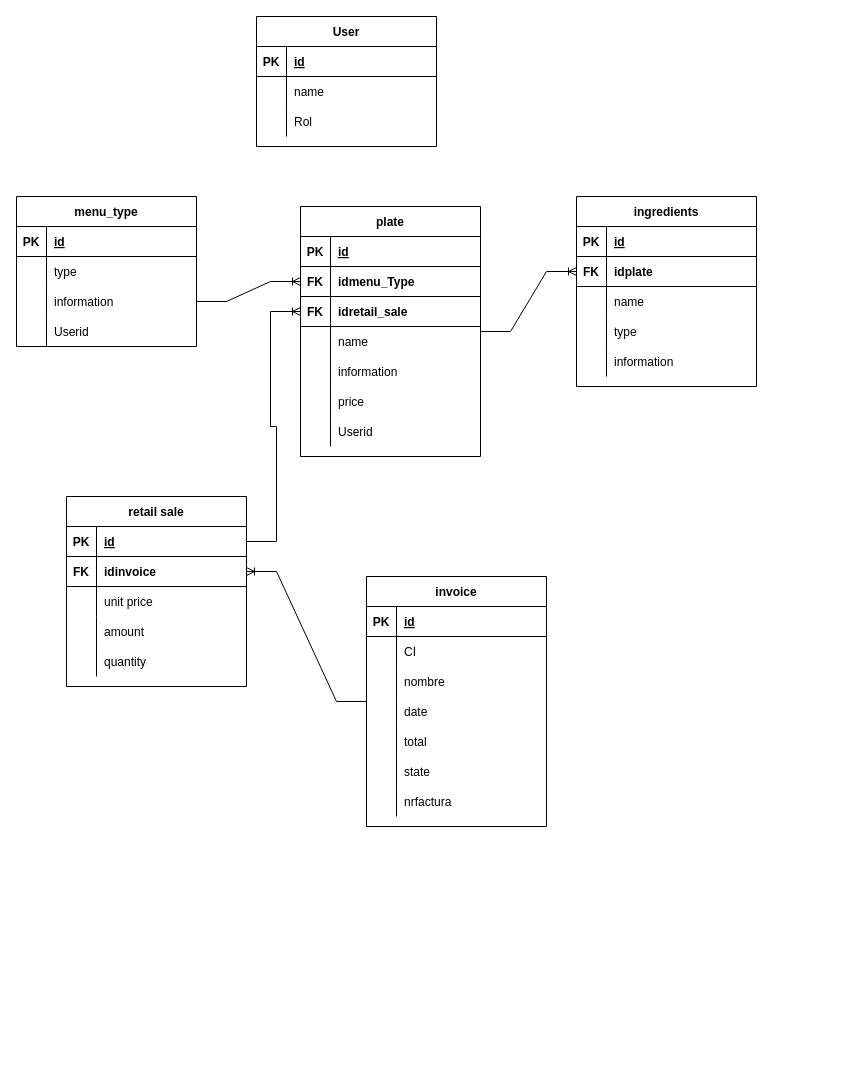
Before: diagrama/Untitled Diagram.drawio in poolextremo/programaci-n-3, a draw.io diagram. Source tidied: cells renumbered, new cells numbered last; positions are measured from the earlier drawing's top-left corner, leaving out a move shared by most shapes. Both pictures are drawn from the tidied source at 100%, with x=0, y=0 at pixel (16, 16).
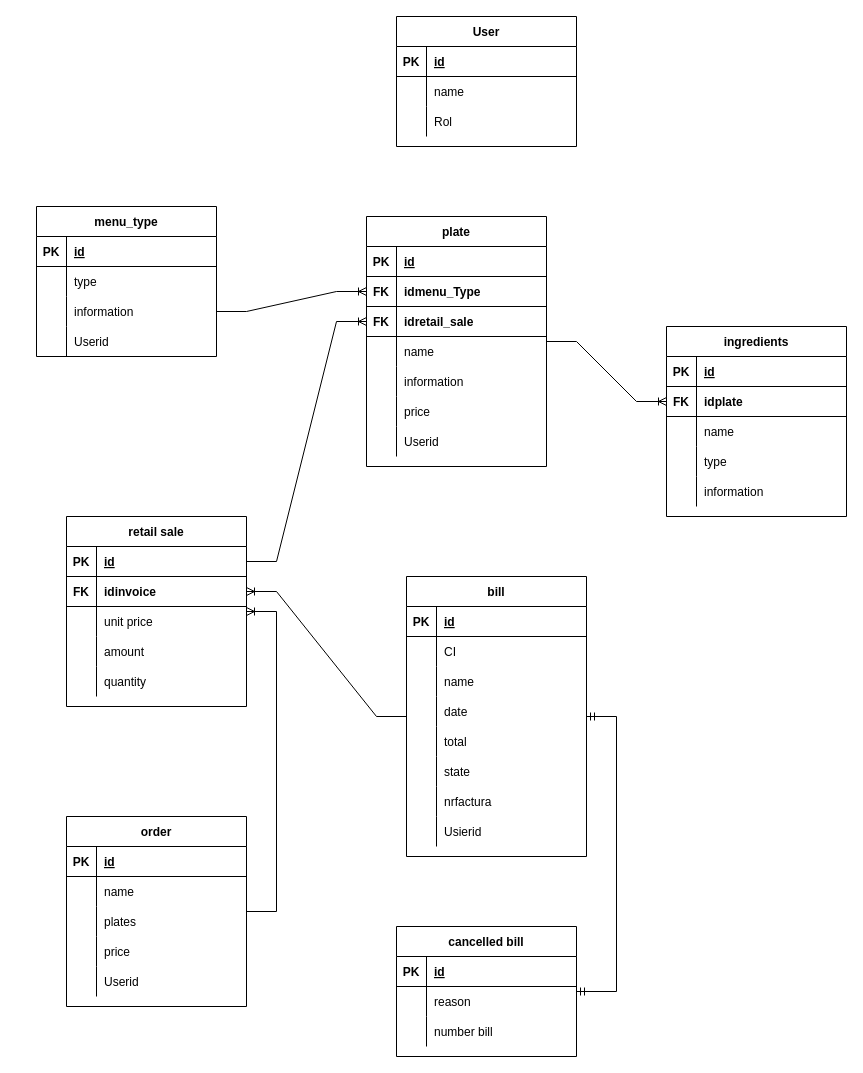
The same page after the edit.

Unchanged cells that the change refers to:
```xml
<mxCell id="89" style="shape=tableRow;horizontal=0;startSize=0;swimlaneHead=0;swimlaneBody=0;fillColor=none;top=0;left=0;right=0;bottom=0;" parent="82" vertex="1">
  <mxGeometry y="90" width="180" height="30" as="geometry" />
</mxCell>
```

Diff of the diagram source:
```diff
@@
     <mxCell id="2" value="User" style="shape=table;startSize=30;childLayout=tableLayout;rowLines=0;fontStyle=1;align=center;" parent="1" vertex="1">
-      <mxGeometry x="240" width="180" height="130" as="geometry" />
+      <mxGeometry x="380" width="180" height="130" as="geometry" />
     </mxCell>
@@
     <mxCell id="12" value="menu_type" style="shape=table;startSize=30;childLayout=tableLayout;rowLines=0;fontStyle=1;align=center;" parent="1" vertex="1">
-      <mxGeometry y="180" width="180" height="150" as="geometry" />
+      <mxGeometry x="20" y="190" width="180" height="150" as="geometry" />
     </mxCell>
@@
     <mxCell id="25" value="plate" style="shape=table;startSize=30;childLayout=tableLayout;rowLines=0;fontStyle=1;align=center;" parent="1" vertex="1">
-      <mxGeometry x="284" y="190" width="180" height="250" as="geometry" />
+      <mxGeometry x="350" y="200" width="180" height="250" as="geometry" />
     </mxCell>
@@
     <mxCell id="47" value="ingredients" style="shape=table;startSize=30;childLayout=tableLayout;rowLines=0;fontStyle=1;align=center;" parent="1" vertex="1">
-      <mxGeometry x="560" y="180" width="180" height="190" as="geometry" />
+      <mxGeometry x="650" y="310" width="180" height="190" as="geometry" />
     </mxCell>
@@
     <mxCell id="65" value="retail sale" style="shape=table;startSize=30;childLayout=tableLayout;rowLines=0;fontStyle=1;align=center;" parent="1" vertex="1">
-      <mxGeometry x="50" y="480" width="180" height="190" as="geometry" />
+      <mxGeometry x="50" y="500" width="180" height="190" as="geometry" />
     </mxCell>
@@
-    <mxCell id="82" value="invoice" style="shape=table;startSize=30;childLayout=tableLayout;rowLines=0;fontStyle=1;align=center;" parent="1" vertex="1">
-      <mxGeometry x="350" y="560" width="180" height="250" as="geometry" />
+    <mxCell id="82" value="bill" style="shape=table;startSize=30;childLayout=tableLayout;rowLines=0;fontStyle=1;align=center;" parent="1" vertex="1">
+      <mxGeometry x="390" y="560" width="180" height="280" as="geometry" />
     </mxCell>
@@
-    <mxCell id="91" value="nombre" style="shape=partialRectangle;fillColor=none;top=0;left=0;bottom=0;right=0;align=left;spacingLeft=6;overflow=hidden;" parent="89" vertex="1">
+    <mxCell id="91" value="name" style="shape=partialRectangle;fillColor=none;top=0;left=0;bottom=0;right=0;align=left;spacingLeft=6;overflow=hidden;" parent="89" vertex="1">
       <mxGeometry x="30" width="150" height="30" as="geometry" />
     </mxCell>
@@
+    <mxCell id="105" style="shape=tableRow;horizontal=0;startSize=0;swimlaneHead=0;swimlaneBody=0;fillColor=none;top=0;left=0;right=0;bottom=0;" parent="82" vertex="1">
+      <mxGeometry y="240" width="180" height="30" as="geometry" />
+    </mxCell>
+    <mxCell id="106" style="shape=partialRectangle;fillColor=none;top=0;left=0;bottom=0;right=0;overflow=hidden;" parent="105" vertex="1">
+      <mxGeometry width="30" height="30" as="geometry" />
+    </mxCell>
+    <mxCell id="107" value="Usierid" style="shape=partialRectangle;fillColor=none;top=0;left=0;bottom=0;right=0;align=left;spacingLeft=6;overflow=hidden;" parent="105" vertex="1">
+      <mxGeometry x="30" width="150" height="30" as="geometry" />
+    </mxCell>
@@
+    <mxCell id="108" value="order" style="shape=table;startSize=30;childLayout=tableLayout;rowLines=0;fontStyle=1;align=center;" parent="1" vertex="1">
+      <mxGeometry x="50" y="800" width="180" height="190" as="geometry" />
+    </mxCell>
+    <mxCell id="109" style="shape=tableRow;horizontal=0;startSize=0;swimlaneHead=0;swimlaneBody=0;fillColor=none;top=0;left=0;right=0;bottom=1;" parent="108" vertex="1">
+      <mxGeometry y="30" width="180" height="30" as="geometry" />
+    </mxCell>
+    <mxCell id="110" value="PK" style="shape=partialRectangle;fillColor=none;top=0;left=0;bottom=0;right=0;fontStyle=1;overflow=hidden;" parent="109" vertex="1">
+      <mxGeometry width="30" height="30" as="geometry" />
+    </mxCell>
+    <mxCell id="111" value="id" style="shape=partialRectangle;fillColor=none;top=0;left=0;bottom=0;right=0;align=left;spacingLeft=6;fontStyle=5;overflow=hidden;" parent="109" vertex="1">
+      <mxGeometry x="30" width="150" height="30" as="geometry" />
+    </mxCell>
+    <mxCell id="112" style="shape=tableRow;horizontal=0;startSize=0;swimlaneHead=0;swimlaneBody=0;fillColor=none;top=0;left=0;right=0;bottom=0;" parent="108" vertex="1">
+      <mxGeometry y="60" width="180" height="30" as="geometry" />
+    </mxCell>
+    <mxCell id="113" style="shape=partialRectangle;fillColor=none;top=0;left=0;bottom=0;right=0;overflow=hidden;" parent="112" vertex="1">
+      <mxGeometry width="30" height="30" as="geometry" />
+    </mxCell>
+    <mxCell id="114" value="name" style="shape=partialRectangle;fillColor=none;top=0;left=0;bottom=0;right=0;align=left;spacingLeft=6;overflow=hidden;" parent="112" vertex="1">
+      <mxGeometry x="30" width="150" height="30" as="geometry" />
+    </mxCell>
+    <mxCell id="115" style="shape=tableRow;horizontal=0;startSize=0;swimlaneHead=0;swimlaneBody=0;fillColor=none;top=0;left=0;right=0;bottom=0;" parent="108" vertex="1">
+      <mxGeometry y="90" width="180" height="30" as="geometry" />
+    </mxCell>
+    <mxCell id="116" style="shape=partialRectangle;fillColor=none;top=0;left=0;bottom=0;right=0;overflow=hidden;" parent="115" vertex="1">
+      <mxGeometry width="30" height="30" as="geometry" />
+    </mxCell>
+    <mxCell id="117" value="plates" style="shape=partialRectangle;fillColor=none;top=0;left=0;bottom=0;right=0;align=left;spacingLeft=6;overflow=hidden;" parent="115" vertex="1">
+      <mxGeometry x="30" width="150" height="30" as="geometry" />
+    </mxCell>
+    <mxCell id="118" style="shape=tableRow;horizontal=0;startSize=0;swimlaneHead=0;swimlaneBody=0;fillColor=none;top=0;left=0;right=0;bottom=0;" parent="108" vertex="1">
+      <mxGeometry y="120" width="180" height="30" as="geometry" />
+    </mxCell>
+    <mxCell id="119" style="shape=partialRectangle;fillColor=none;top=0;left=0;bottom=0;right=0;overflow=hidden;" parent="118" vertex="1">
+      <mxGeometry width="30" height="30" as="geometry" />
+    </mxCell>
+    <mxCell id="120" value="price" style="shape=partialRectangle;fillColor=none;top=0;left=0;bottom=0;right=0;align=left;spacingLeft=6;overflow=hidden;" parent="118" vertex="1">
+      <mxGeometry x="30" width="150" height="30" as="geometry" />
+    </mxCell>
+    <mxCell id="121" style="shape=tableRow;horizontal=0;startSize=0;swimlaneHead=0;swimlaneBody=0;fillColor=none;top=0;left=0;right=0;bottom=0;" parent="108" vertex="1">
+      <mxGeometry y="150" width="180" height="30" as="geometry" />
+    </mxCell>
+    <mxCell id="122" style="shape=partialRectangle;fillColor=none;top=0;left=0;bottom=0;right=0;overflow=hidden;" parent="121" vertex="1">
+      <mxGeometry width="30" height="30" as="geometry" />
+    </mxCell>
+    <mxCell id="123" value="Userid" style="shape=partialRectangle;fillColor=none;top=0;left=0;bottom=0;right=0;align=left;spacingLeft=6;overflow=hidden;" parent="121" vertex="1">
+      <mxGeometry x="30" width="150" height="30" as="geometry" />
+    </mxCell>
+    <mxCell id="124" style="edgeStyle=entityRelationEdgeStyle;fontSize=12;html=1;endArrow=ERoneToMany;rounded=0;" parent="1" edge="1" source="108" target="65">
+      <mxGeometry relative="1" as="geometry" />
+    </mxCell>
+    <mxCell id="125" value="cancelled bill" style="shape=table;startSize=30;childLayout=tableLayout;rowLines=0;fontStyle=1;align=center;" parent="1" vertex="1">
+      <mxGeometry x="380" y="910" width="180" height="130" as="geometry" />
+    </mxCell>
+    <mxCell id="126" style="shape=tableRow;horizontal=0;startSize=0;swimlaneHead=0;swimlaneBody=0;fillColor=none;top=0;left=0;right=0;bottom=1;" parent="125" vertex="1">
+      <mxGeometry y="30" width="180" height="30" as="geometry" />
+    </mxCell>
+    <mxCell id="127" value="PK" style="shape=partialRectangle;fillColor=none;top=0;left=0;bottom=0;right=0;fontStyle=1;overflow=hidden;" parent="126" vertex="1">
+      <mxGeometry width="30" height="30" as="geometry" />
+    </mxCell>
+    <mxCell id="128" value="id" style="shape=partialRectangle;fillColor=none;top=0;left=0;bottom=0;right=0;align=left;spacingLeft=6;fontStyle=5;overflow=hidden;" parent="126" vertex="1">
+      <mxGeometry x="30" width="150" height="30" as="geometry" />
+    </mxCell>
+    <mxCell id="129" style="shape=tableRow;horizontal=0;startSize=0;swimlaneHead=0;swimlaneBody=0;fillColor=none;top=0;left=0;right=0;bottom=0;" parent="125" vertex="1">
+      <mxGeometry y="60" width="180" height="30" as="geometry" />
+    </mxCell>
+    <mxCell id="130" style="shape=partialRectangle;fillColor=none;top=0;left=0;bottom=0;right=0;overflow=hidden;" parent="129" vertex="1">
+      <mxGeometry width="30" height="30" as="geometry" />
+    </mxCell>
+    <mxCell id="131" value="reason" style="shape=partialRectangle;fillColor=none;top=0;left=0;bottom=0;right=0;align=left;spacingLeft=6;overflow=hidden;" parent="129" vertex="1">
+      <mxGeometry x="30" width="150" height="30" as="geometry" />
+    </mxCell>
+    <mxCell id="132" style="shape=tableRow;horizontal=0;startSize=0;swimlaneHead=0;swimlaneBody=0;fillColor=none;top=0;left=0;right=0;bottom=0;" parent="125" vertex="1">
+      <mxGeometry y="90" width="180" height="30" as="geometry" />
+    </mxCell>
+    <mxCell id="133" style="shape=partialRectangle;fillColor=none;top=0;left=0;bottom=0;right=0;overflow=hidden;" parent="132" vertex="1">
+      <mxGeometry width="30" height="30" as="geometry" />
+    </mxCell>
+    <mxCell id="134" value="number bill" style="shape=partialRectangle;fillColor=none;top=0;left=0;bottom=0;right=0;align=left;spacingLeft=6;overflow=hidden;" parent="132" vertex="1">
+      <mxGeometry x="30" width="150" height="30" as="geometry" />
+    </mxCell>
+    <mxCell id="135" style="edgeStyle=entityRelationEdgeStyle;fontSize=12;html=1;endArrow=ERmandOne;startArrow=ERmandOne;rounded=0;" parent="1" edge="1" source="82" target="125">
+      <mxGeometry relative="1" as="geometry" />
+    </mxCell>
```
